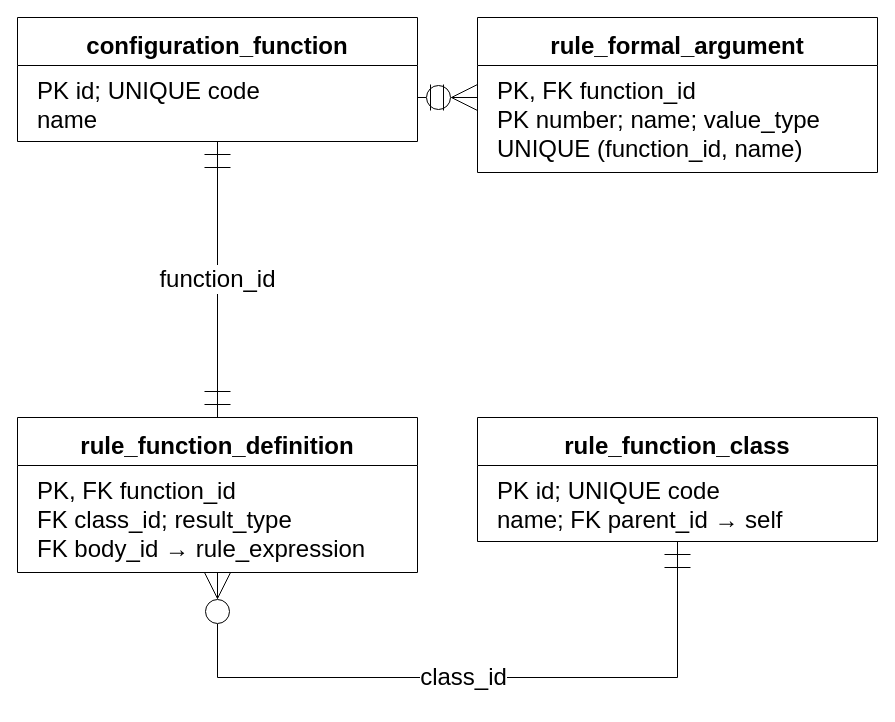
Earlier version of the draw.io diagram utils/lab7/diagrams/08_erd_rules.drawio (10xtheo/mispris-sem7). Source tidied: cells renumbered, new cells numbered last; positions are measured from the earlier drawing's top-left corner, leaving out a move shared by most shapes. Both pictures are drawn from the tidied source at 100%, with x=0, y=0 at pixel (17, 17).
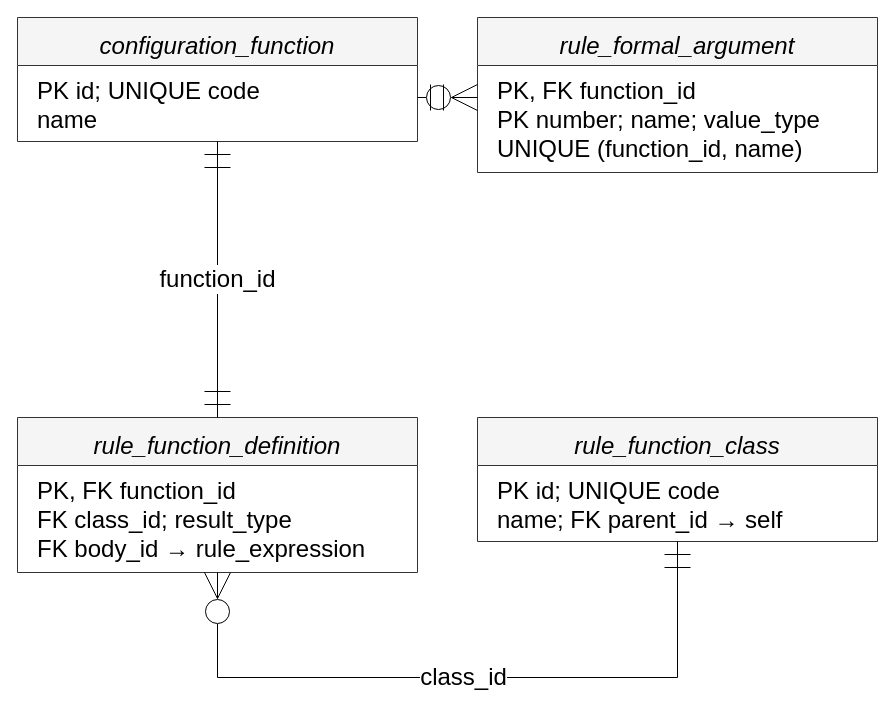
The same diagram, later.

Diff of the diagram source:
```diff
@@
 <mxGraphModel>
   <root>
     <mxCell id="0" />
     <mxCell id="1" parent="0" />
-    <mxCell id="2" value="configuration_function" style="rounded=0;whiteSpace=wrap;html=1;align=center;verticalAlign=top;fontFamily=Arial;fontSize=24;spacing=10;fillColor=#ffffff;strokeColor=#000000;shape=swimlane;startSize=48;fontStyle=1;swimlaneFillColor=#ffffff;" parent="1" vertex="1">
+    <mxCell id="2" value="configuration_function" style="rounded=0;whiteSpace=wrap;html=1;align=center;verticalAlign=top;fontFamily=Arial;fontSize=24;spacing=10;fillColor=#f5f5f5;strokeColor=#333333;shape=swimlane;startSize=48;fontStyle=2;swimlaneFillColor=#ffffff;" parent="1" vertex="1">
       <mxGeometry width="400" height="124" as="geometry" />
     </mxCell>
     <mxCell id="3" value="PK id; UNIQUE code&lt;br&gt;name" style="text;html=1;align=left;verticalAlign=top;fontFamily=Arial;fontSize=24;spacingLeft=18;spacingTop=5;fillColor=none;strokeColor=none;" parent="2" vertex="1">
       <mxGeometry y="48" width="400" height="76" as="geometry" />
     </mxCell>
-    <mxCell id="4" value="rule_formal_argument" style="rounded=0;whiteSpace=wrap;html=1;align=center;verticalAlign=top;fontFamily=Arial;fontSize=24;spacing=10;fillColor=#ffffff;strokeColor=#000000;shape=swimlane;startSize=48;fontStyle=1;swimlaneFillColor=#ffffff;" parent="1" vertex="1">
+    <mxCell id="4" value="rule_formal_argument" style="rounded=0;whiteSpace=wrap;html=1;align=center;verticalAlign=top;fontFamily=Arial;fontSize=24;spacing=10;fillColor=#f5f5f5;strokeColor=#333333;shape=swimlane;startSize=48;fontStyle=2;swimlaneFillColor=#ffffff;" parent="1" vertex="1">
       <mxGeometry x="460" width="400" height="155" as="geometry" />
     </mxCell>
     <mxCell id="5" value="PK, FK function_id&lt;br&gt;PK number; name; value_type&lt;br&gt;UNIQUE (function_id, name)" style="text;html=1;align=left;verticalAlign=top;fontFamily=Arial;fontSize=24;spacingLeft=18;spacingTop=5;fillColor=none;strokeColor=none;" parent="4" vertex="1">
       <mxGeometry y="48" width="400" height="107" as="geometry" />
     </mxCell>
-    <mxCell id="6" value="rule_function_definition" style="rounded=0;whiteSpace=wrap;html=1;align=center;verticalAlign=top;fontFamily=Arial;fontSize=24;spacing=10;fillColor=#ffffff;strokeColor=#000000;shape=swimlane;startSize=48;fontStyle=1;swimlaneFillColor=#ffffff;" parent="1" vertex="1">
+    <mxCell id="6" value="rule_function_definition" style="rounded=0;whiteSpace=wrap;html=1;align=center;verticalAlign=top;fontFamily=Arial;fontSize=24;spacing=10;fillColor=#f5f5f5;strokeColor=#333333;shape=swimlane;startSize=48;fontStyle=2;swimlaneFillColor=#ffffff;" parent="1" vertex="1">
       <mxGeometry y="400" width="400" height="155" as="geometry" />
     </mxCell>
     <mxCell id="7" value="PK, FK function_id&lt;br&gt;FK class_id; result_type&lt;br&gt;FK body_id → rule_expression" style="text;html=1;align=left;verticalAlign=top;fontFamily=Arial;fontSize=24;spacingLeft=18;spacingTop=5;fillColor=none;strokeColor=none;" parent="6" vertex="1">
       <mxGeometry y="48" width="400" height="107" as="geometry" />
     </mxCell>
-    <mxCell id="8" value="rule_function_class" style="rounded=0;whiteSpace=wrap;html=1;align=center;verticalAlign=top;fontFamily=Arial;fontSize=24;spacing=10;fillColor=#ffffff;strokeColor=#000000;shape=swimlane;startSize=48;fontStyle=1;swimlaneFillColor=#ffffff;" parent="1" vertex="1">
+    <mxCell id="8" value="rule_function_class" style="rounded=0;whiteSpace=wrap;html=1;align=center;verticalAlign=top;fontFamily=Arial;fontSize=24;spacing=10;fillColor=#f5f5f5;strokeColor=#333333;shape=swimlane;startSize=48;fontStyle=2;swimlaneFillColor=#ffffff;" parent="1" vertex="1">
       <mxGeometry x="460" y="400" width="400" height="124" as="geometry" />
     </mxCell>
     <mxCell id="9" value="PK id; UNIQUE code&lt;br&gt;name; FK parent_id → self" style="text;html=1;align=left;verticalAlign=top;fontFamily=Arial;fontSize=24;spacingLeft=18;spacingTop=5;fillColor=none;strokeColor=none;" parent="8" vertex="1">
       <mxGeometry y="48" width="400" height="76" as="geometry" />
     </mxCell>
     <mxCell id="10" style="edgeStyle=orthogonalEdgeStyle;rounded=0;html=1;endArrow=open;fontFamily=Arial;fontSize=24;labelBackgroundColor=#ffffff;exitX=0.0;exitY=0.5161290322580645;entryX=1.0;entryY=0.6451612903225806;endArrow=none;startArrow=none;startArrow=ERzeroToMany;endArrow=ERmandOne;startFill=0;endFill=0;startSize=24;endSize=24;" parent="1" edge="1" source="4" target="2">
       <mxGeometry relative="1" as="geometry" />
     </mxCell>
     <mxCell id="11" value="function_id" style="edgeStyle=orthogonalEdgeStyle;rounded=0;html=1;endArrow=open;fontFamily=Arial;fontSize=24;labelBackgroundColor=#ffffff;exitX=0.5;exitY=0.0;entryX=0.5;entryY=1.0;endArrow=none;startArrow=none;startArrow=ERmandOne;endArrow=ERmandOne;startFill=0;endFill=0;startSize=24;endSize=24;" parent="1" edge="1" source="6" target="2">
       <mxGeometry relative="1" as="geometry" />
     </mxCell>
     <mxCell id="12" value="class_id" style="edgeStyle=orthogonalEdgeStyle;rounded=0;html=1;endArrow=open;fontFamily=Arial;fontSize=24;labelBackgroundColor=#ffffff;exitX=0.5;exitY=1.0;entryX=0.5;entryY=1.0;endArrow=none;startArrow=none;startArrow=ERzeroToMany;endArrow=ERmandOne;startFill=0;endFill=0;startSize=24;endSize=24;" parent="1" edge="1" source="6" target="8">
       <mxGeometry relative="1" as="geometry">
         <Array as="points">
           <mxPoint x="200" y="660" />
           <mxPoint x="660" y="660" />
         </Array>
       </mxGeometry>
     </mxCell>
   </root>
 </mxGraphModel>
```
